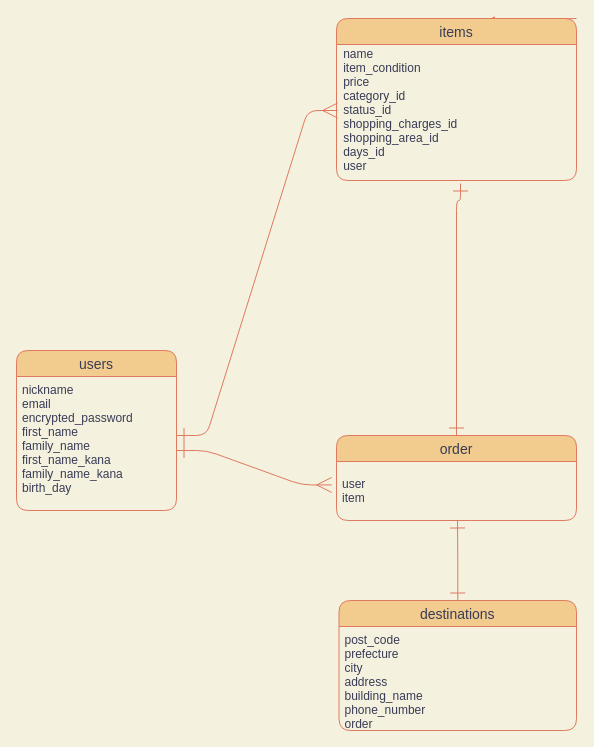
harukou81mmm/furima-36344 keeps this draw.io diagram as test.dio. Above is the earlier version. Source tidied: cells renumbered, new cells numbered last; positions are measured from the earlier drawing's top-left corner, leaving out a move shared by most shapes. Both pictures are drawn from the tidied source at 100%, with x=0, y=0 at pixel (16, 18).
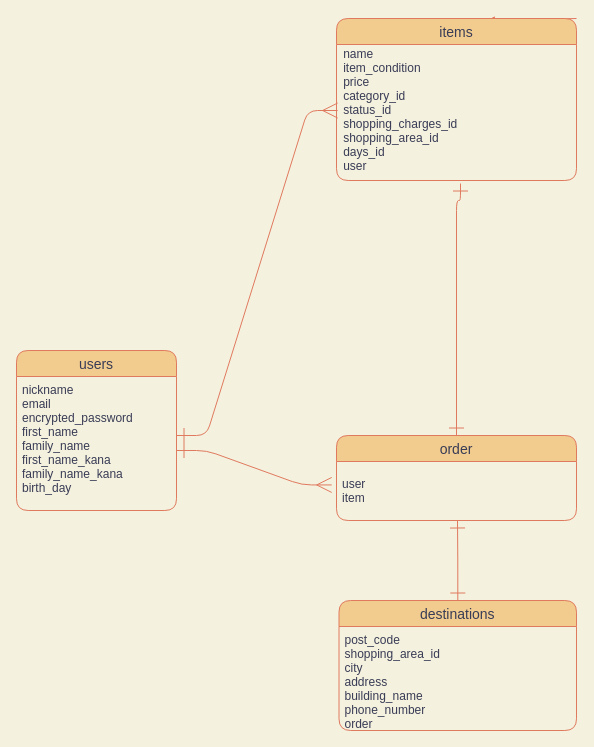
After the change.

Commit message (it also covers changes not shown here):
都道府県カラム修正

Unchanged cells that the change refers to:
```xml
<mxCell id="9" value="destinations" style="swimlane;fontStyle=0;horizontal=1;startSize=26;align=center;fontSize=14;rounded=1;fillColor=#F2CC8F;strokeColor=#E07A5F;fontColor=#393C56;" parent="1" vertex="1">
  <mxGeometry x="322.5" y="582" width="237.5" height="130" as="geometry" />
</mxCell>
```

Change to the diagram source:
```diff
@@
-    <mxCell id="10" value="post_code&#10;prefecture&#10;city&#10;address&#10;building_name&#10;phone_number&#10;order&#10;&#10;&#10;&#10;&#10;&#10;" style="text;strokeColor=none;fillColor=none;spacingLeft=4;spacingRight=4;overflow=hidden;points=[[0,0.5],[1,0.5]];portConstraint=eastwest;fontSize=12;rounded=1;fontColor=#393C56;" parent="9" vertex="1">
+    <mxCell id="10" value="post_code&#10;shopping_area_id&#10;city&#10;address&#10;building_name&#10;phone_number&#10;order&#10;&#10;&#10;&#10;&#10;&#10;" style="text;strokeColor=none;fillColor=none;spacingLeft=4;spacingRight=4;overflow=hidden;points=[[0,0.5],[1,0.5]];portConstraint=eastwest;fontSize=12;rounded=1;fontColor=#393C56;" parent="9" vertex="1">
       <mxGeometry y="26" width="237.5" height="104" as="geometry" />
     </mxCell>
```
